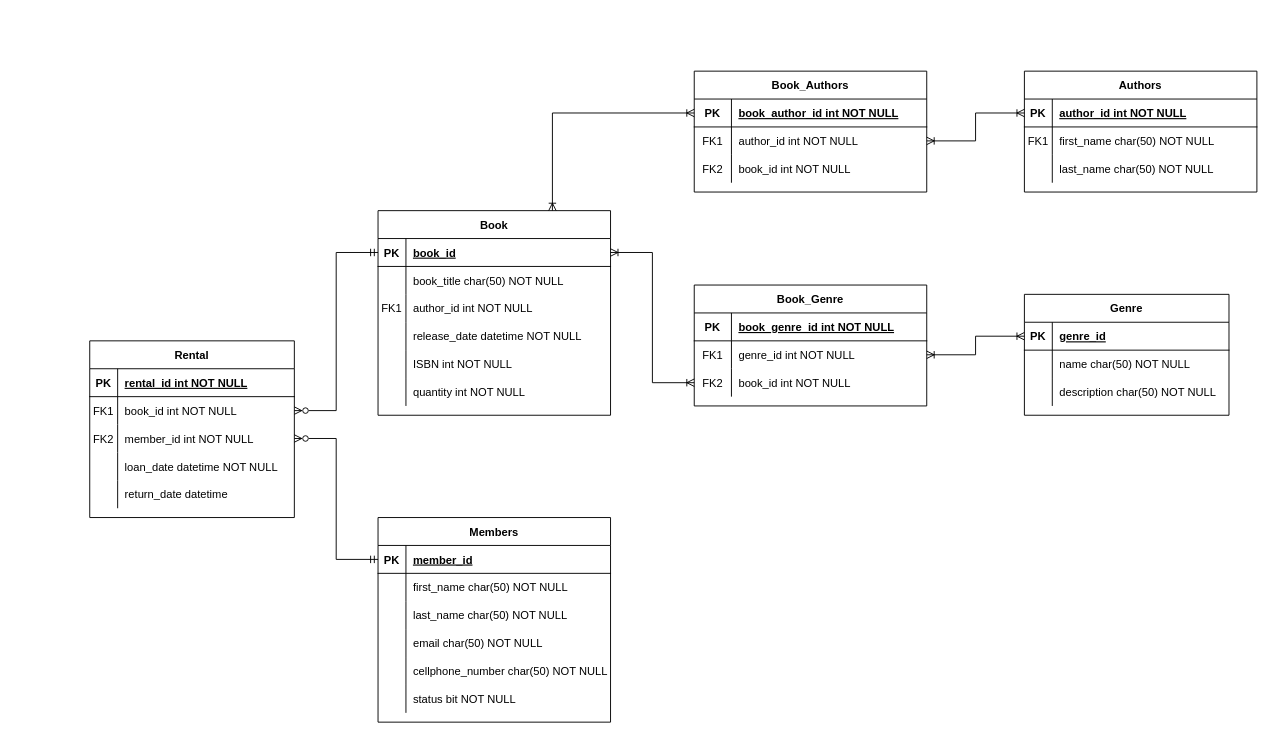
ThabangKubheka/First-Level-Up-SQL-Fundamentals- keeps this draw.io diagram as resources/LMS.drawio. Above is the earlier version. Source tidied: cells renumbered, new cells numbered last; positions are measured from the earlier drawing's top-left corner, leaving out a move shared by most shapes. Both pictures are drawn from the tidied source at 93%, with x=0, y=0 at pixel (89, 71).
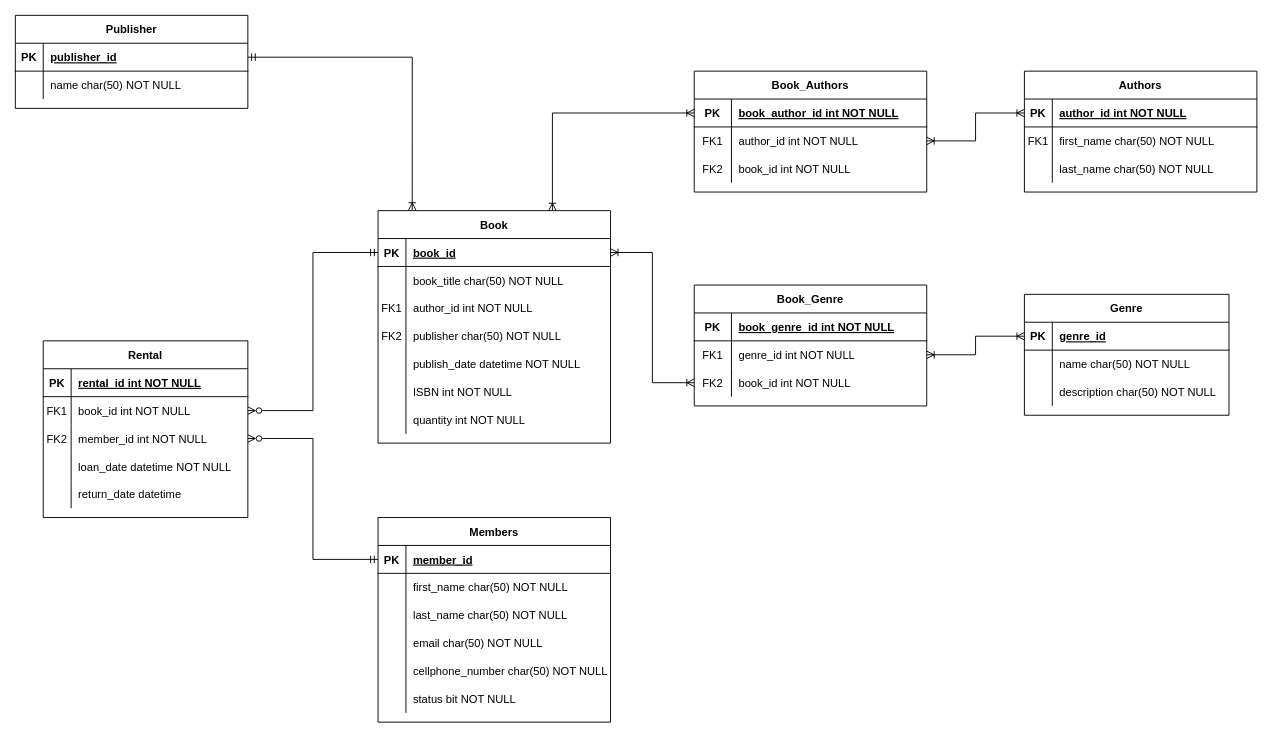
After the change.

The change refers to these unchanged cells:
```xml
<mxCell id="22" style="shape=partialRectangle;fillColor=none;top=0;left=0;right=0;bottom=0;" parent="12" vertex="1">
  <mxGeometry y="120" width="250" height="30" as="geometry" />
</mxCell>
```

What changed in the source:
```diff
@@
     <mxCell id="12" value="Book" style="shape=table;startSize=30;childLayout=tableLayout;rowLines=0;fontStyle=1;align=center;" parent="1" vertex="1">
-      <mxGeometry x="310" y="150" width="250" height="220" as="geometry" />
+      <mxGeometry x="310" y="150" width="250" height="250" as="geometry" />
     </mxCell>
@@
-    <mxCell id="23" style="shape=partialRectangle;overflow=hidden;fillColor=none;top=0;left=0;bottom=0;right=0;" parent="22" vertex="1">
+    <mxCell id="23" value="FK2" style="shape=partialRectangle;overflow=hidden;fillColor=none;top=0;left=0;bottom=0;right=0;" parent="22" vertex="1">
       <mxGeometry width="30" height="30" as="geometry" />
     </mxCell>
-    <mxCell id="24" value="release_date datetime NOT NULL" style="shape=partialRectangle;overflow=hidden;fillColor=none;top=0;left=0;bottom=0;right=0;align=left;spacingLeft=6;" parent="22" vertex="1">
+    <mxCell id="24" value="publisher char(50) NOT NULL" style="shape=partialRectangle;overflow=hidden;fillColor=none;top=0;left=0;bottom=0;right=0;align=left;spacingLeft=6;" parent="22" vertex="1">
       <mxGeometry x="30" width="220" height="30" as="geometry" />
     </mxCell>
+    <mxCell id="102" style="shape=partialRectangle;fillColor=none;top=0;left=0;right=0;bottom=0;" parent="12" vertex="1">
+      <mxGeometry y="150" width="250" height="30" as="geometry" />
+    </mxCell>
+    <mxCell id="103" style="shape=partialRectangle;overflow=hidden;fillColor=none;top=0;left=0;bottom=0;right=0;" parent="102" vertex="1">
+      <mxGeometry width="30" height="30" as="geometry" />
+    </mxCell>
+    <mxCell id="104" value="publish_date datetime NOT NULL" style="shape=partialRectangle;overflow=hidden;fillColor=none;top=0;left=0;bottom=0;right=0;align=left;spacingLeft=6;" parent="102" vertex="1">
+      <mxGeometry x="30" width="220" height="30" as="geometry" />
+    </mxCell>
     <mxCell id="25" style="shape=partialRectangle;fillColor=none;top=0;left=0;right=0;bottom=0;" parent="12" vertex="1">
-      <mxGeometry y="150" width="250" height="30" as="geometry" />
+      <mxGeometry y="180" width="250" height="30" as="geometry" />
     </mxCell>
@@
     <mxCell id="28" style="shape=partialRectangle;fillColor=none;top=0;left=0;right=0;bottom=0;" parent="12" vertex="1">
-      <mxGeometry y="180" width="250" height="30" as="geometry" />
+      <mxGeometry y="210" width="250" height="30" as="geometry" />
     </mxCell>
@@
     <mxCell id="71" value="Rental" style="shape=table;startSize=30;childLayout=tableLayout;rowLines=0;fontStyle=1;align=center;" parent="1" vertex="1">
-      <mxGeometry y="290" width="220" height="190" as="geometry" />
+      <mxGeometry x="-50" y="290" width="220" height="190" as="geometry" />
     </mxCell>
@@
+    <mxCell id="105" value="Publisher" style="shape=table;startSize=30;childLayout=tableLayout;rowLines=0;fontStyle=1;align=center;" parent="1" vertex="1">
+      <mxGeometry x="-80" y="-60" width="250" height="100" as="geometry" />
+    </mxCell>
+    <mxCell id="106" style="shape=partialRectangle;fillColor=none;points=[[0,0.5],[1,0.5]];portConstraint=eastwest;top=0;left=0;right=0;bottom=1;" parent="105" vertex="1">
+      <mxGeometry y="30" width="250" height="30" as="geometry" />
+    </mxCell>
+    <mxCell id="107" value="PK" style="shape=partialRectangle;overflow=hidden;fillColor=none;top=0;left=0;bottom=0;right=0;fontStyle=1;" parent="106" vertex="1">
+      <mxGeometry width="30" height="30" as="geometry" />
+    </mxCell>
+    <mxCell id="108" value="publisher_id" style="shape=partialRectangle;overflow=hidden;fillColor=none;top=0;left=0;bottom=0;right=0;align=left;spacingLeft=6;fontStyle=5;" parent="106" vertex="1">
+      <mxGeometry x="30" width="220" height="30" as="geometry" />
+    </mxCell>
+    <mxCell id="109" style="shape=partialRectangle;fillColor=none;top=0;left=0;right=0;bottom=0;" parent="105" vertex="1">
+      <mxGeometry y="60" width="250" height="30" as="geometry" />
+    </mxCell>
+    <mxCell id="110" style="shape=partialRectangle;overflow=hidden;fillColor=none;top=0;left=0;bottom=0;right=0;" parent="109" vertex="1">
+      <mxGeometry width="30" height="30" as="geometry" />
+    </mxCell>
+    <mxCell id="111" value="name char(50) NOT NULL" style="shape=partialRectangle;overflow=hidden;fillColor=none;top=0;left=0;bottom=0;right=0;align=left;spacingLeft=6;" parent="109" vertex="1">
+      <mxGeometry x="30" width="220" height="30" as="geometry" />
+    </mxCell>
+    <mxCell id="112" style="edgeStyle=orthogonalEdgeStyle;rounded=0;jettySize=auto;html=1;exitX=1;exitY=0.5;exitDx=0;exitDy=0;entryX=0.147;entryY=-0.002;entryDx=0;entryDy=0;entryPerimeter=0;endArrow=ERoneToMany;endFill=0;startArrow=ERmandOne;startFill=0;" parent="1" edge="1" source="106" target="12">
+      <mxGeometry relative="1" as="geometry" />
+    </mxCell>
```
